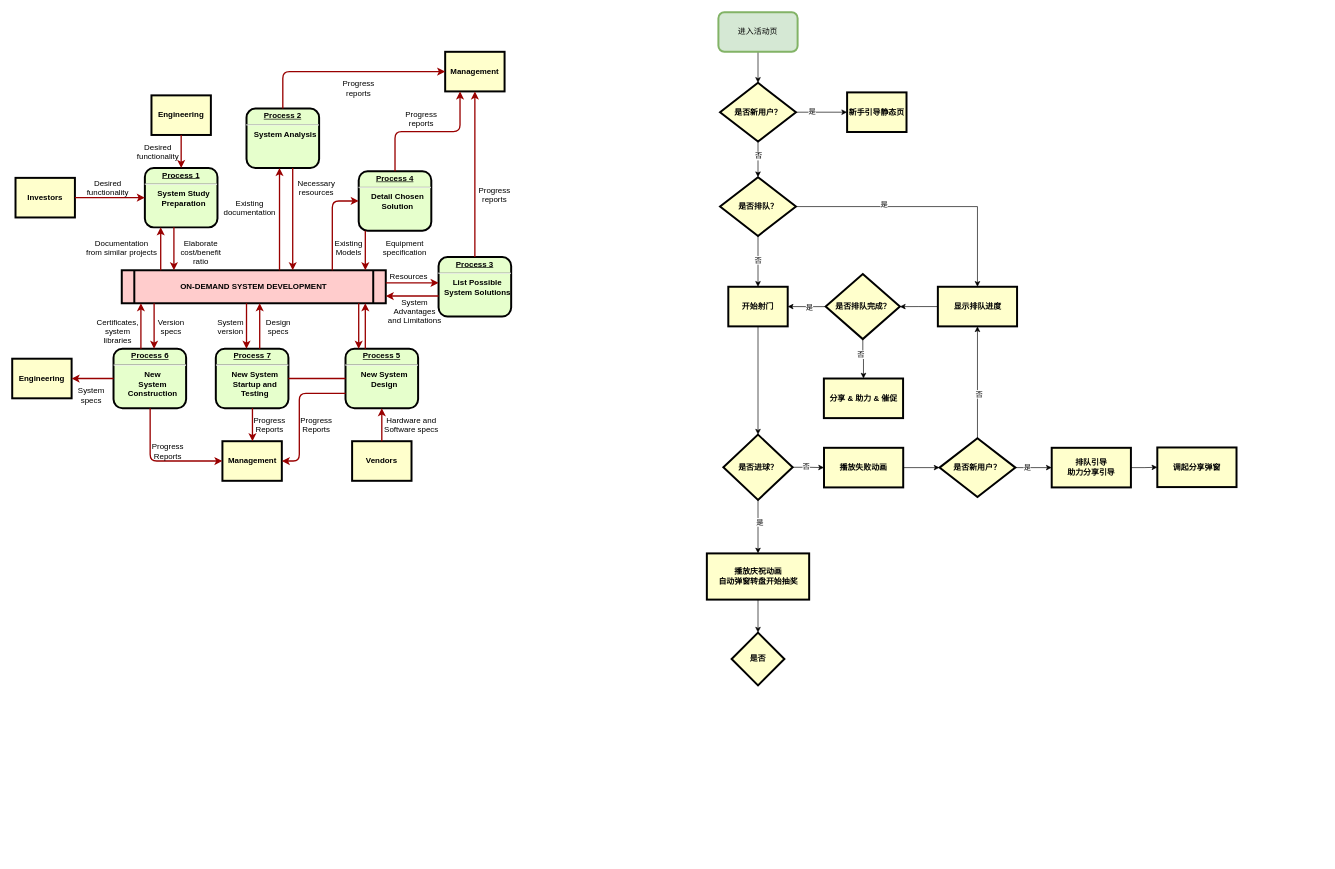
The draw.io diagram 未命名绘图.drawio in ai10879432/installipa, before the edit. Source tidied: cells renumbered, new cells numbered last; positions are measured from the earlier drawing's top-left corner, leaving out a move shared by most shapes. Both pictures are drawn from the tidied source at 66%, with x=0, y=0 at pixel (12, 12).
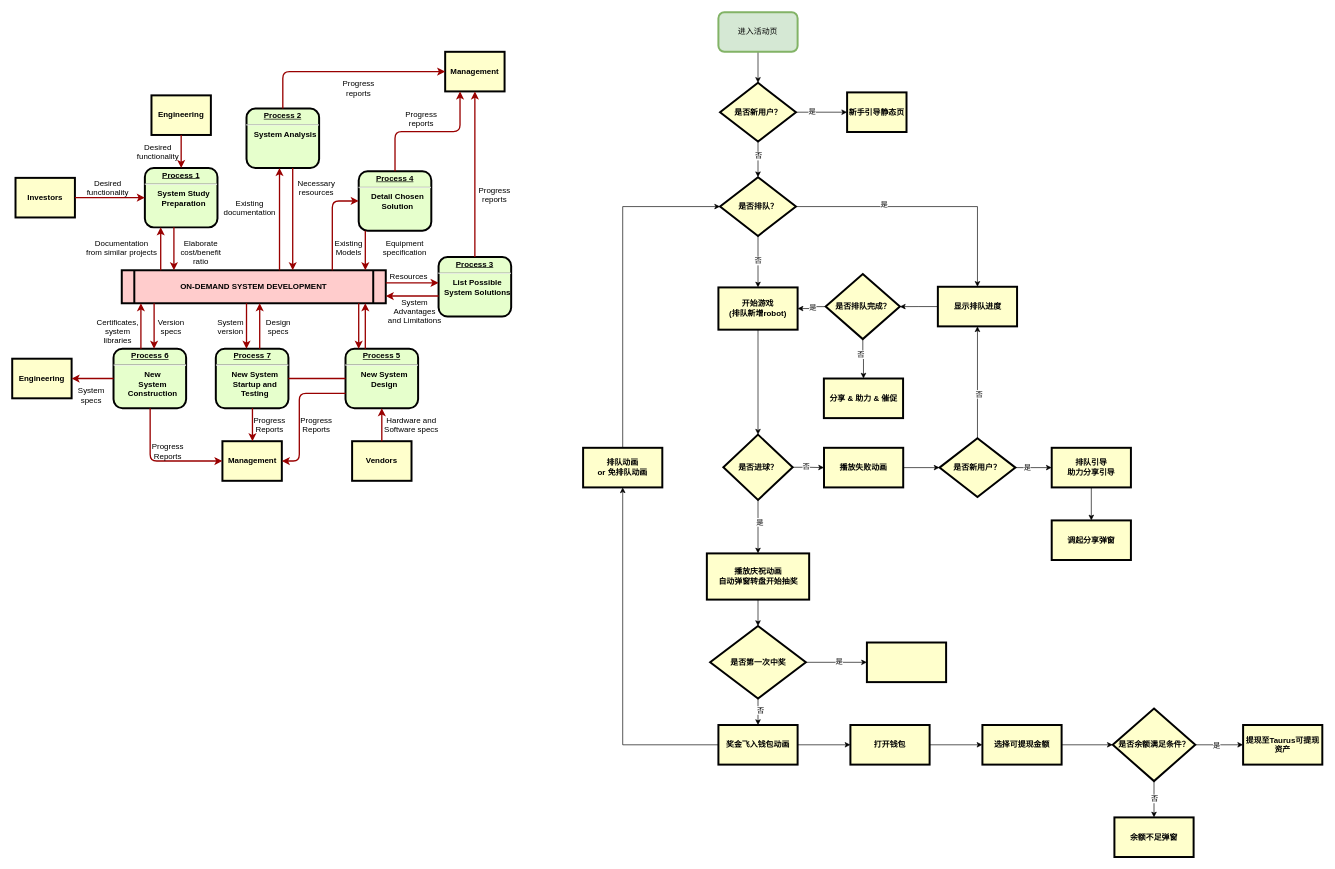
After the change.

Commit message:
Taurus裂变用户流程.drawio

Unchanged cells that the change refers to:
```xml
<mxCell id="94" value="是否排队？" style="rhombus;whiteSpace=wrap;html=1;fillColor=#FFFFCC;fontStyle=1;strokeWidth=3;" parent="1" vertex="1">
  <mxGeometry x="1072.5" y="250" width="115" height="89" as="geometry" />
</mxCell>
```

Change to the diagram source:
```diff
@@
-    <mxCell id="65" value="开始射门" style="whiteSpace=wrap;align=center;verticalAlign=middle;fontStyle=1;strokeWidth=3;fillColor=#FFFFCC;" parent="1" vertex="1">
-      <mxGeometry x="1085" y="416" width="90" height="60" as="geometry" />
+    <mxCell id="65" value="开始游戏&#10;(排队新增robot)" style="whiteSpace=wrap;align=center;verticalAlign=middle;fontStyle=1;strokeWidth=3;fillColor=#FFFFCC;" parent="1" vertex="1">
+      <mxGeometry x="1070" y="417" width="120" height="64" as="geometry" />
     </mxCell>
@@
     <mxCell id="82" value="调起分享弹窗" style="whiteSpace=wrap;html=1;fillColor=#FFFFCC;fontStyle=1;strokeWidth=3;" parent="1" vertex="1">
-      <mxGeometry x="1735" y="659.5" width="120" height="60" as="geometry" />
+      <mxGeometry x="1575" y="770" width="120" height="60" as="geometry" />
     </mxCell>
@@
+    <mxCell id="104" style="edgeStyle=orthogonalEdgeStyle;rounded=0;jettySize=auto;html=1;" parent="1" edge="1" source="103" target="110">
+      <mxGeometry relative="1" as="geometry" />
+    </mxCell>
+    <mxCell id="105" value="否" style="edgeLabel;html=1;align=center;verticalAlign=middle;" parent="104" vertex="1">
+      <mxGeometry x="-0.17" y="3" relative="1" as="geometry" />
+    </mxCell>
+    <mxCell id="106" style="edgeStyle=orthogonalEdgeStyle;rounded=0;jettySize=auto;html=1;" parent="1" edge="1" source="103" target="111">
+      <mxGeometry relative="1" as="geometry" />
+    </mxCell>
+    <mxCell id="107" value="是" style="edgeLabel;html=1;align=center;verticalAlign=middle;" parent="106" vertex="1">
+      <mxGeometry x="0.09" y="2" relative="1" as="geometry" />
+    </mxCell>
-    <mxCell id="103" value="是否" style="rhombus;whiteSpace=wrap;html=1;fillColor=#FFFFCC;fontStyle=1;strokeWidth=3;" parent="1" vertex="1">
-      <mxGeometry x="1090" y="940" width="80" height="80" as="geometry" />
+    <mxCell id="103" value="是否第一次中奖" style="rhombus;whiteSpace=wrap;html=1;fillColor=#FFFFCC;fontStyle=1;strokeWidth=3;" parent="1" vertex="1">
+      <mxGeometry x="1057.5" y="930" width="145" height="110" as="geometry" />
     </mxCell>
+    <mxCell id="108" style="edgeStyle=orthogonalEdgeStyle;rounded=0;jettySize=auto;html=1;" parent="1" edge="1" source="110" target="113">
+      <mxGeometry relative="1" as="geometry" />
+    </mxCell>
+    <mxCell id="109" style="edgeStyle=orthogonalEdgeStyle;rounded=0;jettySize=auto;html=1;" parent="1" edge="1" source="110" target="124">
+      <mxGeometry relative="1" as="geometry" />
+    </mxCell>
+    <mxCell id="110" value="奖金飞入钱包动画" style="whiteSpace=wrap;html=1;fillColor=#FFFFCC;fontStyle=1;strokeWidth=3;" parent="1" vertex="1">
+      <mxGeometry x="1070" y="1080" width="120" height="60" as="geometry" />
+    </mxCell>
+    <mxCell id="111" style="whiteSpace=wrap;html=1;fillColor=#FFFFCC;fontStyle=1;strokeWidth=3;" parent="1" vertex="1">
+      <mxGeometry x="1295" y="955" width="120" height="60" as="geometry" />
+    </mxCell>
+    <mxCell id="112" style="edgeStyle=orthogonalEdgeStyle;rounded=0;jettySize=auto;html=1;" parent="1" edge="1" source="113" target="115">
+      <mxGeometry relative="1" as="geometry" />
+    </mxCell>
+    <mxCell id="113" value="打开钱包" style="whiteSpace=wrap;html=1;fillColor=#FFFFCC;fontStyle=1;strokeWidth=3;" parent="1" vertex="1">
+      <mxGeometry x="1270" y="1080" width="120" height="60" as="geometry" />
+    </mxCell>
+    <mxCell id="114" style="edgeStyle=orthogonalEdgeStyle;rounded=0;jettySize=auto;html=1;" parent="1" edge="1" source="115" target="120">
+      <mxGeometry relative="1" as="geometry" />
+    </mxCell>
+    <mxCell id="115" value="选择可提现金额" style="whiteSpace=wrap;html=1;fillColor=#FFFFCC;fontStyle=1;strokeWidth=3;" parent="1" vertex="1">
+      <mxGeometry x="1470" y="1080" width="120" height="60" as="geometry" />
+    </mxCell>
+    <mxCell id="116" style="edgeStyle=orthogonalEdgeStyle;rounded=0;jettySize=auto;html=1;" parent="1" edge="1" source="120" target="121">
+      <mxGeometry relative="1" as="geometry" />
+    </mxCell>
+    <mxCell id="117" value="是" style="edgeLabel;html=1;align=center;verticalAlign=middle;" parent="116" vertex="1">
+      <mxGeometry x="0.28" y="-3" relative="1" as="geometry">
+        <mxPoint x="-14" y="-3" as="offset" />
+      </mxGeometry>
+    </mxCell>
+    <mxCell id="118" style="edgeStyle=orthogonalEdgeStyle;rounded=0;jettySize=auto;html=1;" parent="1" edge="1" source="120" target="122">
+      <mxGeometry relative="1" as="geometry" />
+    </mxCell>
+    <mxCell id="119" value="否" style="edgeLabel;html=1;align=center;verticalAlign=middle;" parent="118" vertex="1">
+      <mxGeometry x="-0.4" y="1" relative="1" as="geometry">
+        <mxPoint x="-1" y="9" as="offset" />
+      </mxGeometry>
+    </mxCell>
+    <mxCell id="120" value="是否余额满足条件？" style="rhombus;whiteSpace=wrap;html=1;fillColor=#FFFFCC;fontStyle=1;strokeWidth=3;" parent="1" vertex="1">
+      <mxGeometry x="1667.5" y="1055" width="125" height="110" as="geometry" />
+    </mxCell>
+    <mxCell id="121" value="提现至Taurus可提现资产" style="whiteSpace=wrap;html=1;fillColor=#FFFFCC;fontStyle=1;strokeWidth=3;" parent="1" vertex="1">
+      <mxGeometry x="1865" y="1080" width="120" height="60" as="geometry" />
+    </mxCell>
+    <mxCell id="122" value="余额不足弹窗" style="whiteSpace=wrap;html=1;fillColor=#FFFFCC;fontStyle=1;strokeWidth=3;" parent="1" vertex="1">
+      <mxGeometry x="1670" y="1220" width="120" height="60" as="geometry" />
+    </mxCell>
+    <mxCell id="123" style="edgeStyle=orthogonalEdgeStyle;rounded=0;jettySize=auto;html=1;exitX=0.5;exitY=0;exitDx=0;exitDy=0;entryX=0;entryY=0.5;entryDx=0;entryDy=0;" parent="1" edge="1" source="124" target="94">
+      <mxGeometry relative="1" as="geometry" />
+    </mxCell>
+    <mxCell id="124" value="排队动画&lt;div&gt;or 免排队动画&lt;/div&gt;" style="whiteSpace=wrap;html=1;fillColor=#FFFFCC;fontStyle=1;strokeWidth=3;" parent="1" vertex="1">
+      <mxGeometry x="865" y="660" width="120" height="60" as="geometry" />
+    </mxCell>
```
